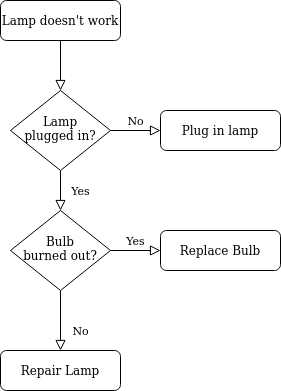
The draw.io diagram test diagram.png in karinawie/process-diagram, before a commit. Source tidied: cells renumbered, new cells last; positions are measured from the earlier drawing's top-left corner, leaving out a move shared by most shapes. Source of this version:
```xml
<mxGraphModel>
  <root>
    <mxCell id="0" />
    <mxCell id="1" parent="0" />
    <mxCell id="2" style="rounded=0;html=1;jettySize=auto;fontSize=11;endArrow=block;endFill=0;endSize=8;strokeWidth=1;shadow=0;labelBackgroundColor=none;edgeStyle=orthogonalEdgeStyle;" parent="1" edge="1" source="3" target="6">
      <mxGeometry relative="1" as="geometry" />
    </mxCell>
    <mxCell id="3" value="Lamp doesn't work" style="rounded=1;whiteSpace=wrap;html=1;fontSize=12;glass=0;strokeWidth=1;shadow=0;" parent="1" vertex="1">
      <mxGeometry width="120" height="40" as="geometry" />
    </mxCell>
    <mxCell id="4" value="Yes" style="rounded=0;html=1;jettySize=auto;fontSize=11;endArrow=block;endFill=0;endSize=8;strokeWidth=1;shadow=0;labelBackgroundColor=none;edgeStyle=orthogonalEdgeStyle;" parent="1" edge="1" source="6" target="10">
      <mxGeometry y="20" relative="1" as="geometry" />
    </mxCell>
    <mxCell id="5" value="No" style="edgeStyle=orthogonalEdgeStyle;rounded=0;html=1;jettySize=auto;fontSize=11;endArrow=block;endFill=0;endSize=8;strokeWidth=1;shadow=0;labelBackgroundColor=none;" parent="1" edge="1" source="6" target="7">
      <mxGeometry y="10" relative="1" as="geometry" />
    </mxCell>
    <mxCell id="6" value="Lamp&lt;br&gt;plugged in?" style="rhombus;whiteSpace=wrap;html=1;shadow=0;fontFamily=Helvetica;fontSize=12;align=center;strokeWidth=1;spacing=6;spacingTop=-4;" parent="1" vertex="1">
      <mxGeometry x="10" y="90" width="100" height="80" as="geometry" />
    </mxCell>
    <mxCell id="7" value="Plug in lamp" style="rounded=1;whiteSpace=wrap;html=1;fontSize=12;glass=0;strokeWidth=1;shadow=0;" parent="1" vertex="1">
      <mxGeometry x="160" y="110" width="120" height="40" as="geometry" />
    </mxCell>
    <mxCell id="8" value="No" style="rounded=0;html=1;jettySize=auto;fontSize=11;endArrow=block;endFill=0;endSize=8;strokeWidth=1;shadow=0;labelBackgroundColor=none;edgeStyle=orthogonalEdgeStyle;" parent="1" edge="1" source="10" target="11">
      <mxGeometry x="0.33" y="20" relative="1" as="geometry" />
    </mxCell>
    <mxCell id="9" value="Yes" style="edgeStyle=orthogonalEdgeStyle;rounded=0;html=1;jettySize=auto;fontSize=11;endArrow=block;endFill=0;endSize=8;strokeWidth=1;shadow=0;labelBackgroundColor=none;" parent="1" edge="1" source="10" target="12">
      <mxGeometry y="10" relative="1" as="geometry" />
    </mxCell>
    <mxCell id="10" value="Bulb&lt;br&gt;burned out?" style="rhombus;whiteSpace=wrap;html=1;shadow=0;fontFamily=Helvetica;fontSize=12;align=center;strokeWidth=1;spacing=6;spacingTop=-4;" parent="1" vertex="1">
      <mxGeometry x="10" y="210" width="100" height="80" as="geometry" />
    </mxCell>
    <mxCell id="11" value="Repair Lamp" style="rounded=1;whiteSpace=wrap;html=1;fontSize=12;glass=0;strokeWidth=1;shadow=0;" parent="1" vertex="1">
      <mxGeometry y="350" width="120" height="40" as="geometry" />
    </mxCell>
    <mxCell id="12" value="Replace Bulb" style="rounded=1;whiteSpace=wrap;html=1;fontSize=12;glass=0;strokeWidth=1;shadow=0;" parent="1" vertex="1">
      <mxGeometry x="160" y="230" width="120" height="40" as="geometry" />
    </mxCell>
  </root>
</mxGraphModel>
```
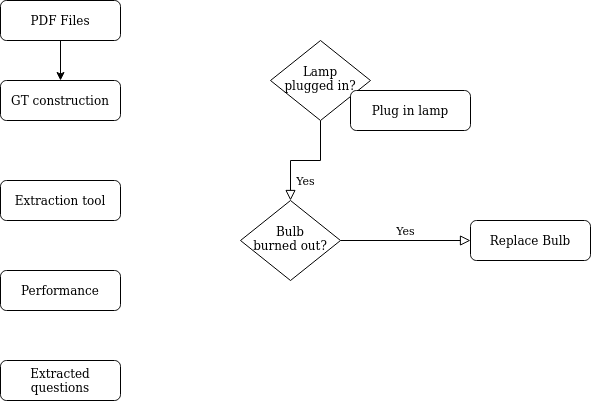
The same diagram one commit later.

The edit, as a diff of the source:
```diff
@@ -2,38 +2,41 @@
   <root>
     <mxCell id="0" />
     <mxCell id="1" parent="0" />
-    <mxCell id="2" style="rounded=0;html=1;jettySize=auto;fontSize=11;endArrow=block;endFill=0;endSize=8;strokeWidth=1;shadow=0;labelBackgroundColor=none;edgeStyle=orthogonalEdgeStyle;" parent="1" edge="1" source="3" target="6">
-      <mxGeometry relative="1" as="geometry" />
-    </mxCell>
-    <mxCell id="3" value="Lamp doesn't work" style="rounded=1;whiteSpace=wrap;html=1;fontSize=12;glass=0;strokeWidth=1;shadow=0;" parent="1" vertex="1">
+    <mxCell id="3" value="PDF Files" style="rounded=1;whiteSpace=wrap;html=1;fontSize=12;glass=0;strokeWidth=1;shadow=0;" parent="1" vertex="1">
       <mxGeometry width="120" height="40" as="geometry" />
     </mxCell>
     <mxCell id="4" value="Yes" style="rounded=0;html=1;jettySize=auto;fontSize=11;endArrow=block;endFill=0;endSize=8;strokeWidth=1;shadow=0;labelBackgroundColor=none;edgeStyle=orthogonalEdgeStyle;" parent="1" edge="1" source="6" target="10">
       <mxGeometry y="20" relative="1" as="geometry" />
     </mxCell>
-    <mxCell id="5" value="No" style="edgeStyle=orthogonalEdgeStyle;rounded=0;html=1;jettySize=auto;fontSize=11;endArrow=block;endFill=0;endSize=8;strokeWidth=1;shadow=0;labelBackgroundColor=none;" parent="1" edge="1" source="6" target="7">
-      <mxGeometry y="10" relative="1" as="geometry" />
-    </mxCell>
     <mxCell id="6" value="Lamp&lt;br&gt;plugged in?" style="rhombus;whiteSpace=wrap;html=1;shadow=0;fontFamily=Helvetica;fontSize=12;align=center;strokeWidth=1;spacing=6;spacingTop=-4;" parent="1" vertex="1">
-      <mxGeometry x="10" y="90" width="100" height="80" as="geometry" />
+      <mxGeometry x="270" y="40" width="100" height="80" as="geometry" />
     </mxCell>
     <mxCell id="7" value="Plug in lamp" style="rounded=1;whiteSpace=wrap;html=1;fontSize=12;glass=0;strokeWidth=1;shadow=0;" parent="1" vertex="1">
-      <mxGeometry x="160" y="110" width="120" height="40" as="geometry" />
+      <mxGeometry x="350" y="90" width="120" height="40" as="geometry" />
     </mxCell>
-    <mxCell id="8" value="No" style="rounded=0;html=1;jettySize=auto;fontSize=11;endArrow=block;endFill=0;endSize=8;strokeWidth=1;shadow=0;labelBackgroundColor=none;edgeStyle=orthogonalEdgeStyle;" parent="1" edge="1" source="10" target="11">
-      <mxGeometry x="0.33" y="20" relative="1" as="geometry" />
-    </mxCell>
     <mxCell id="9" value="Yes" style="edgeStyle=orthogonalEdgeStyle;rounded=0;html=1;jettySize=auto;fontSize=11;endArrow=block;endFill=0;endSize=8;strokeWidth=1;shadow=0;labelBackgroundColor=none;" parent="1" edge="1" source="10" target="12">
       <mxGeometry y="10" relative="1" as="geometry" />
     </mxCell>
     <mxCell id="10" value="Bulb&lt;br&gt;burned out?" style="rhombus;whiteSpace=wrap;html=1;shadow=0;fontFamily=Helvetica;fontSize=12;align=center;strokeWidth=1;spacing=6;spacingTop=-4;" parent="1" vertex="1">
-      <mxGeometry x="10" y="210" width="100" height="80" as="geometry" />
+      <mxGeometry x="240" y="200" width="100" height="80" as="geometry" />
     </mxCell>
-    <mxCell id="11" value="Repair Lamp" style="rounded=1;whiteSpace=wrap;html=1;fontSize=12;glass=0;strokeWidth=1;shadow=0;" parent="1" vertex="1">
-      <mxGeometry y="350" width="120" height="40" as="geometry" />
+    <mxCell id="11" value="Extracted questions" style="rounded=1;whiteSpace=wrap;html=1;fontSize=12;glass=0;strokeWidth=1;shadow=0;" parent="1" vertex="1">
+      <mxGeometry y="360" width="120" height="40" as="geometry" />
     </mxCell>
     <mxCell id="12" value="Replace Bulb" style="rounded=1;whiteSpace=wrap;html=1;fontSize=12;glass=0;strokeWidth=1;shadow=0;" parent="1" vertex="1">
-      <mxGeometry x="160" y="230" width="120" height="40" as="geometry" />
+      <mxGeometry x="470" y="220" width="120" height="40" as="geometry" />
     </mxCell>
+    <mxCell id="13" value="GT construction" style="rounded=1;whiteSpace=wrap;html=1;fontSize=12;glass=0;strokeWidth=1;shadow=0;" parent="1" vertex="1">
+      <mxGeometry y="80" width="120" height="40" as="geometry" />
+    </mxCell>
+    <mxCell id="14" value="Extraction tool" style="rounded=1;whiteSpace=wrap;html=1;fontSize=12;glass=0;strokeWidth=1;shadow=0;" parent="1" vertex="1">
+      <mxGeometry y="180" width="120" height="40" as="geometry" />
+    </mxCell>
+    <mxCell id="15" value="Performance" style="rounded=1;whiteSpace=wrap;html=1;fontSize=12;glass=0;strokeWidth=1;shadow=0;" parent="1" vertex="1">
+      <mxGeometry y="270" width="120" height="40" as="geometry" />
+    </mxCell>
+    <mxCell id="16" style="endArrow=classic;html=1;exitX=0.5;exitY=1;exitDx=0;exitDy=0;entryX=0.5;entryY=0;entryDx=0;entryDy=0;" parent="1" edge="1" source="3" target="13">
+      <mxGeometry relative="1" as="geometry" />
+    </mxCell>
   </root>
 </mxGraphModel>
```
